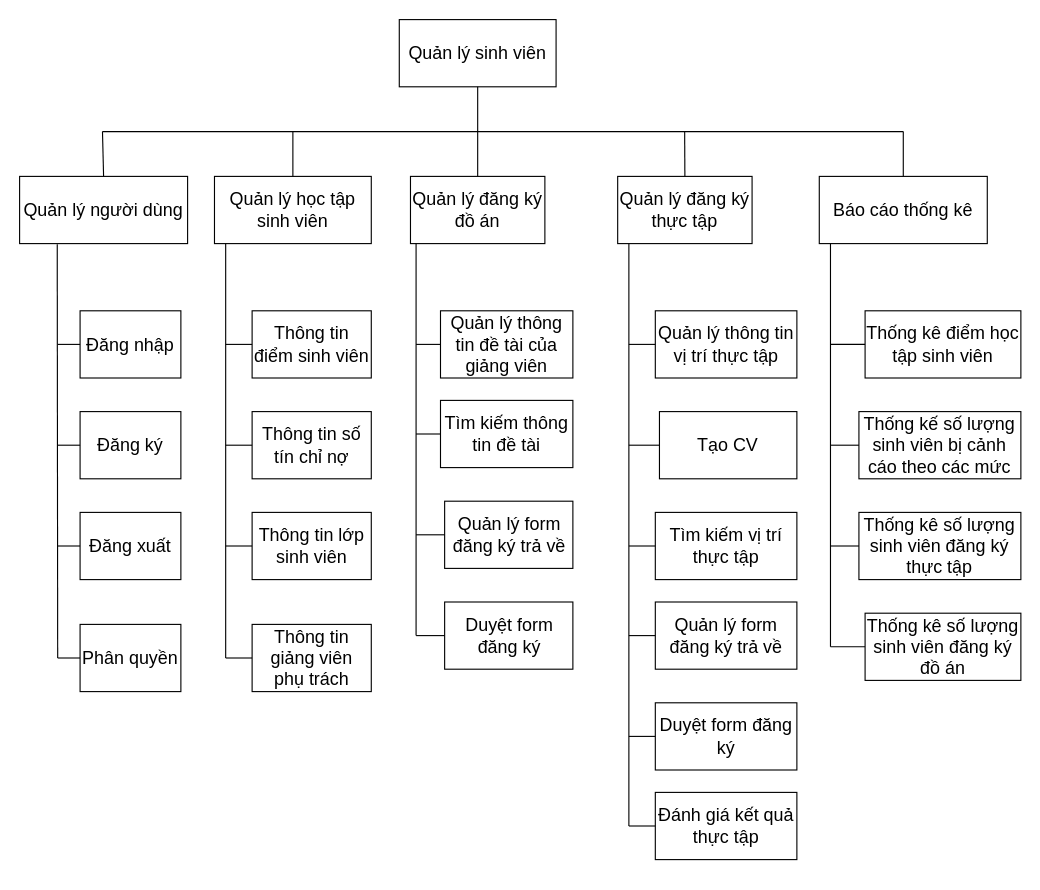
Before: DA_II/drawio/bieudophancapchucnang.drawio in toroieno/HUST, a draw.io diagram. Source tidied: cells renumbered, new cells numbered last; positions are measured from the earlier drawing's top-left corner, leaving out a move shared by most shapes. Both pictures are drawn from the tidied source at 112%, with x=0, y=0 at pixel (19, 19).
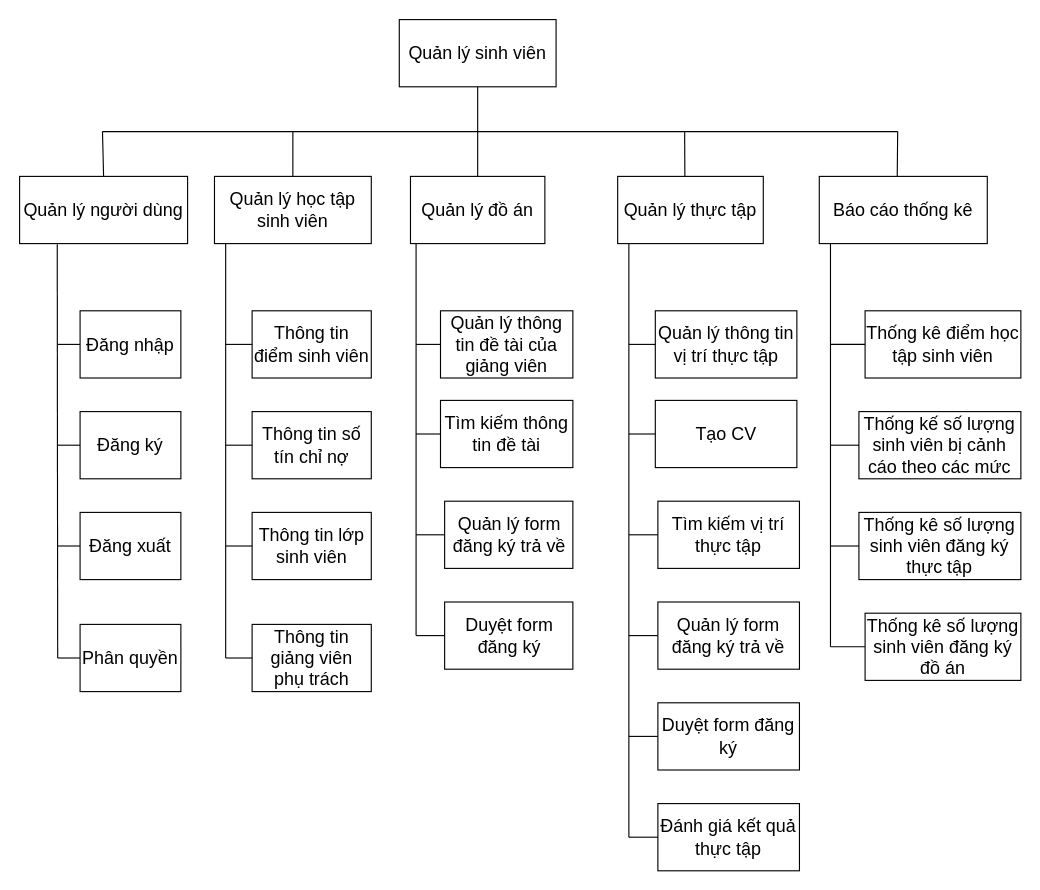
After the change.

Unchanged cells that the change refers to:
```xml
<mxCell id="5" value="Báo cáo thống kê" style="rounded=0;whiteSpace=wrap;html=1;fontSize=16;" parent="1" vertex="1">
  <mxGeometry x="714" y="140" width="150" height="60" as="geometry" />
</mxCell>
<mxCell id="32" style="group;fontSize=16;" parent="1" vertex="1">
  <mxGeometry x="564" y="100" width="120" height="100" as="geometry" />
</mxCell>
```

What changed in the source:
```diff
@@
     <mxCell id="6" style="endArrow=none;html=1;fontSize=16;" parent="1" edge="1">
       <mxGeometry relative="1" as="geometry">
         <mxPoint x="74" y="100" as="sourcePoint" />
-        <mxPoint x="789" y="100" as="targetPoint" />
+        <mxPoint x="784" y="100" as="targetPoint" />
       </mxGeometry>
     </mxCell>
@@
-    <mxCell id="10" style="endArrow=none;html=1;exitX=0.5;exitY=0;exitDx=0;exitDy=0;fontSize=16;" parent="1" edge="1" source="5">
+    <mxCell id="10" style="endArrow=none;html=1;exitX=0.464;exitY=-0.006;exitDx=0;exitDy=0;fontSize=16;exitPerimeter=0;" parent="1" edge="1" source="5">
       <mxGeometry relative="1" as="geometry">
-        <mxPoint x="789" y="100" as="targetPoint" />
+        <mxPoint x="784" y="100" as="targetPoint" />
       </mxGeometry>
     </mxCell>
@@
     <mxCell id="31" style="endArrow=none;html=1;entryX=0.092;entryY=1;entryDx=0;entryDy=0;entryPerimeter=0;fontSize=16;" parent="1" edge="1">
       <mxGeometry relative="1" as="geometry">
-        <mxPoint x="544" y="720" as="sourcePoint" />
+        <mxPoint x="544" y="730" as="sourcePoint" />
         <mxPoint x="544" y="200" as="targetPoint" />
       </mxGeometry>
     </mxCell>
@@
-    <mxCell id="33" value="Quản lý đăng ký thực tập" style="rounded=0;whiteSpace=wrap;html=1;fontSize=16;" parent="32" vertex="1">
-      <mxGeometry x="-30" y="40" width="120" height="60" as="geometry" />
+    <mxCell id="33" value="Quản lý thực tập" style="rounded=0;whiteSpace=wrap;html=1;fontSize=16;" parent="32" vertex="1">
+      <mxGeometry x="-30" y="40" width="130" height="60" as="geometry" />
     </mxCell>
@@
-    <mxCell id="38" style="group;fontSize=16;" parent="1" vertex="1">
-      <mxGeometry x="544" y="350" width="150" height="60" as="geometry" />
-    </mxCell>
+    <mxCell id="41" style="group;fontSize=16;" parent="1" vertex="1">
+      <mxGeometry x="544" y="340" width="150" height="60" as="geometry" />
+    </mxCell>
+    <mxCell id="43" style="endArrow=none;html=1;exitX=0;exitY=0.5;exitDx=0;exitDy=0;fontSize=16;" parent="41" edge="1" source="42">
+      <mxGeometry relative="1" as="geometry">
+        <mxPoint y="120" as="targetPoint" />
+      </mxGeometry>
+    </mxCell>
+    <mxCell id="87" style="group;fontSize=16;" parent="41" vertex="1">
+      <mxGeometry width="150" height="60" as="geometry" />
+    </mxCell>
-    <mxCell id="39" value="Tạo CV" style="rounded=0;whiteSpace=wrap;html=1;fontSize=16;" parent="38" vertex="1">
-      <mxGeometry x="27.3" width="122.7" height="60" as="geometry" />
+    <mxCell id="39" value="Tạo CV" style="rounded=0;whiteSpace=wrap;html=1;fontSize=16;" parent="87" vertex="1">
+      <mxGeometry x="23.6" width="126.4" height="60" as="geometry" />
     </mxCell>
-    <mxCell id="40" style="endArrow=none;html=1;exitX=0;exitY=0.5;exitDx=0;exitDy=0;fontSize=16;" parent="38" edge="1" source="39">
-      <mxGeometry relative="1" as="geometry">
-        <mxPoint y="30" as="targetPoint" />
-      </mxGeometry>
-    </mxCell>
-    <mxCell id="41" style="group;fontSize=16;" parent="1" vertex="1">
-      <mxGeometry x="544" y="440" width="150" height="60" as="geometry" />
-    </mxCell>
-    <mxCell id="42" value="Tìm kiếm vị trí thực tập" style="rounded=0;whiteSpace=wrap;html=1;fontSize=16;" parent="41" vertex="1">
-      <mxGeometry x="23.6" width="126.4" height="60" as="geometry" />
-    </mxCell>
-    <mxCell id="43" style="endArrow=none;html=1;exitX=0;exitY=0.5;exitDx=0;exitDy=0;fontSize=16;" parent="41" edge="1" source="42">
-      <mxGeometry relative="1" as="geometry">
-        <mxPoint y="30" as="targetPoint" />
-      </mxGeometry>
-    </mxCell>
+    <mxCell id="88" style="endArrow=none;html=1;exitX=0;exitY=0.5;exitDx=0;exitDy=0;fontSize=16;" parent="87" edge="1" source="39">
+      <mxGeometry relative="1" as="geometry">
+        <mxPoint y="30" as="targetPoint" />
+      </mxGeometry>
+    </mxCell>
@@
-    <mxCell id="58" value="Quản lý đăng ký đồ án" style="rounded=0;whiteSpace=wrap;html=1;fontSize=16;" parent="1" vertex="1">
+    <mxCell id="58" value="Quản lý đồ án" style="rounded=0;whiteSpace=wrap;html=1;fontSize=16;" parent="1" vertex="1">
       <mxGeometry x="349" y="140" width="120" height="60" as="geometry" />
     </mxCell>
@@
     <mxCell id="78" style="group;fontSize=16;" parent="1" vertex="1">
-      <mxGeometry x="544" y="520" width="150" height="60" as="geometry" />
+      <mxGeometry x="544" y="430" width="164.1" height="330" as="geometry" />
     </mxCell>
-    <mxCell id="79" value="Quản lý form đăng ký trả về" style="rounded=0;whiteSpace=wrap;html=1;fontSize=16;" parent="78" vertex="1">
-      <mxGeometry x="23.6" width="126.4" height="60" as="geometry" />
-    </mxCell>
     <mxCell id="80" style="endArrow=none;html=1;exitX=0;exitY=0.5;exitDx=0;exitDy=0;fontSize=16;" parent="78" edge="1" source="79">
       <mxGeometry relative="1" as="geometry">
-        <mxPoint y="30" as="targetPoint" />
+        <mxPoint y="120" as="targetPoint" />
       </mxGeometry>
     </mxCell>
-    <mxCell id="81" style="group;fontSize=16;" parent="1" vertex="1">
-      <mxGeometry x="544" y="610" width="150" height="60" as="geometry" />
+    <mxCell id="81" style="group;fontSize=16;" parent="78" vertex="1">
+      <mxGeometry x="-4.1" y="80" width="168.2" height="250" as="geometry" />
     </mxCell>
+    <mxCell id="83" style="endArrow=none;html=1;exitX=0;exitY=0.5;exitDx=0;exitDy=0;fontSize=16;" parent="81" edge="1" source="82">
+      <mxGeometry relative="1" as="geometry">
+        <mxPoint x="4.1" y="130" as="targetPoint" />
+      </mxGeometry>
+    </mxCell>
+    <mxCell id="42" value="Tìm kiếm vị trí thực tập" style="rounded=0;whiteSpace=wrap;html=1;fontSize=16;" parent="81" vertex="1">
+      <mxGeometry x="30" y="-80" width="126.4" height="60" as="geometry" />
+    </mxCell>
+    <mxCell id="79" value="Quản lý form đăng ký trả về" style="rounded=0;whiteSpace=wrap;html=1;fontSize=16;" parent="81" vertex="1">
+      <mxGeometry x="30" y="10" width="126.4" height="60" as="geometry" />
+    </mxCell>
     <mxCell id="82" value="Duyệt form đăng ký" style="rounded=0;whiteSpace=wrap;html=1;fontSize=16;" parent="81" vertex="1">
-      <mxGeometry x="23.6" width="126.4" height="60" as="geometry" />
+      <mxGeometry x="30" y="100" width="126.4" height="60" as="geometry" />
     </mxCell>
-    <mxCell id="83" style="endArrow=none;html=1;exitX=0;exitY=0.5;exitDx=0;exitDy=0;fontSize=16;" parent="81" edge="1" source="82">
-      <mxGeometry relative="1" as="geometry">
-        <mxPoint y="30" as="targetPoint" />
-      </mxGeometry>
-    </mxCell>
+    <mxCell id="85" value="Đánh giá kết quả thực tập" style="rounded=0;whiteSpace=wrap;html=1;fontSize=16;" parent="81" vertex="1">
+      <mxGeometry x="30" y="190" width="126.4" height="60" as="geometry" />
+    </mxCell>
     <mxCell id="84" style="group;fontSize=16;" parent="1" vertex="1">
-      <mxGeometry x="544" y="690" width="150" height="60" as="geometry" />
+      <mxGeometry x="544" y="610" width="150" height="60" as="geometry" />
     </mxCell>
-    <mxCell id="85" value="Đánh giá kết quả thực tập" style="rounded=0;whiteSpace=wrap;html=1;fontSize=16;" parent="84" vertex="1">
-      <mxGeometry x="23.6" width="126.4" height="60" as="geometry" />
-    </mxCell>
     <mxCell id="86" style="endArrow=none;html=1;exitX=0;exitY=0.5;exitDx=0;exitDy=0;fontSize=16;" parent="84" edge="1" source="85">
       <mxGeometry relative="1" as="geometry">
-        <mxPoint y="30" as="targetPoint" />
+        <mxPoint y="120" as="targetPoint" />
       </mxGeometry>
     </mxCell>
```
